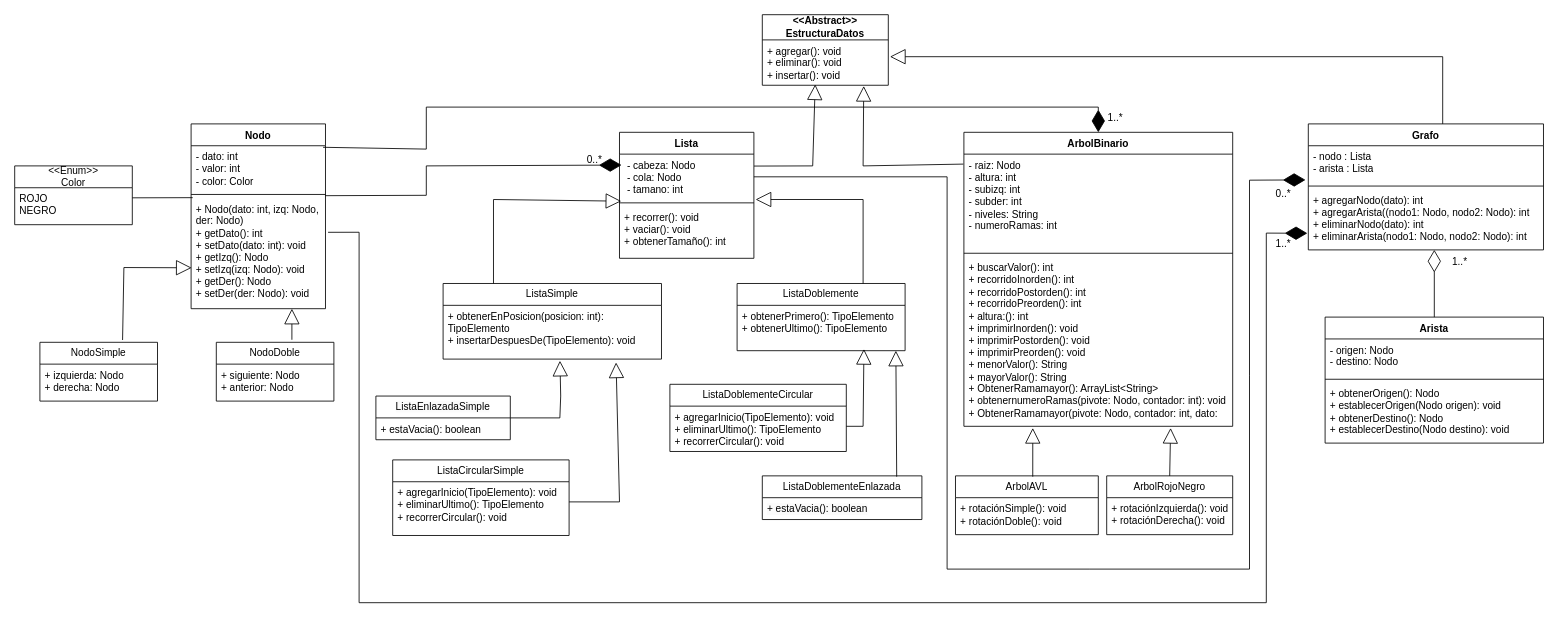
This is ACD - Estructuras de datos.drawio from Nikooll/ACD---Estructuras-de-datos, a draw.io file, before an edit. Source tidied: cells renumbered, new cells numbered last; positions are measured from the earlier drawing's top-left corner, leaving out a move shared by most shapes. Both pictures are drawn from the tidied source at 84%, with x=0, y=0 at pixel (14, 14).
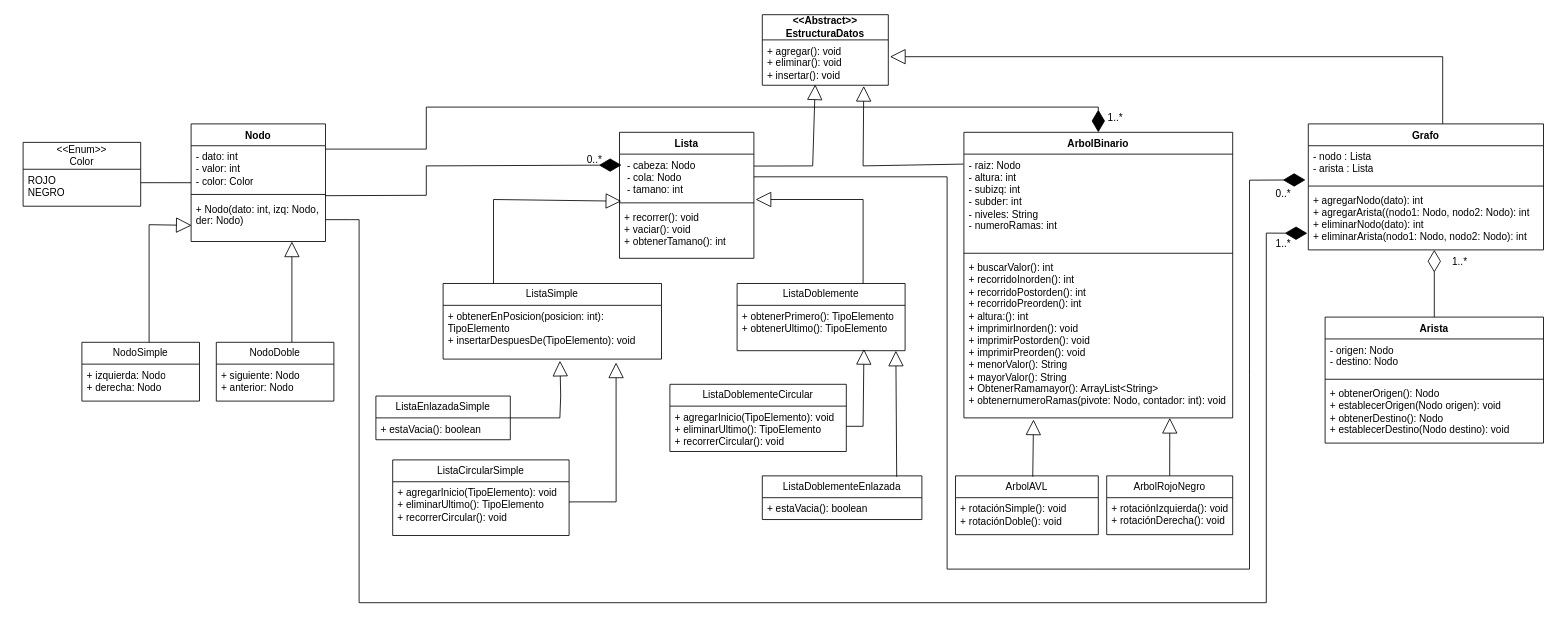
Above is the later version.

The change refers to these unchanged cells:
```xml
<mxCell id="8" value="Lista" style="swimlane;fontStyle=1;align=center;verticalAlign=top;horizontal=1;startSize=26;whiteSpace=wrap;html=1;" parent="1" vertex="1">
  <mxGeometry x="720" y="140" width="160" height="150" as="geometry" />
</mxCell>
<mxCell id="15" value="+ obtenerEnPosicion(posicion: int): TipoElemento&lt;br&gt;+ insertarDespuesDe(TipoElemento): void&amp;nbsp;&amp;nbsp; " style="text;strokeColor=none;fillColor=none;align=left;verticalAlign=top;spacingLeft=4;spacingRight=4;overflow=hidden;points=[[0,0.5],[1,0.5]];portConstraint=eastwest;whiteSpace=wrap;html=1;" parent="14" vertex="1">
  <mxGeometry y="26" width="260" height="64" as="geometry" />
</mxCell>
<mxCell id="21" value="+ agregarInicio(TipoElemento): void &lt;br&gt;+ eliminarUltimo(): TipoElemento &lt;br&gt;+ recorrerCircular(): void&amp;nbsp; " style="text;strokeColor=none;fillColor=none;align=left;verticalAlign=top;spacingLeft=4;spacingRight=4;overflow=hidden;points=[[0,0.5],[1,0.5]];portConstraint=eastwest;whiteSpace=wrap;html=1;" parent="20" vertex="1">
  <mxGeometry y="26" width="210" height="64" as="geometry" />
</mxCell>
<mxCell id="35" value="+ agregarNodo(dato): int&lt;br&gt;+ agregarArista((nodo1: Nodo, nodo2: Nodo): int&lt;br&gt;+ eliminarNodo(dato): int&lt;br&gt;+ eliminarArista(nodo1: Nodo, nodo2: Nodo): int" style="text;strokeColor=none;fillColor=none;align=left;verticalAlign=top;spacingLeft=4;spacingRight=4;overflow=hidden;points=[[0,0.5],[1,0.5]];portConstraint=eastwest;whiteSpace=wrap;html=1;" parent="32" vertex="1">
  <mxGeometry y="78" width="280" height="72" as="geometry" />
</mxCell>
<mxCell id="43" value="- dato: int &lt;br&gt;- valor: int&lt;br&gt;- color: Color&lt;div&gt;&lt;br/&gt;&lt;/div&gt;" style="text;strokeColor=none;fillColor=none;align=left;verticalAlign=top;spacingLeft=4;spacingRight=4;overflow=hidden;points=[[0,0.5],[1,0.5]];portConstraint=eastwest;whiteSpace=wrap;html=1;" parent="42" vertex="1">
  <mxGeometry y="26" width="160" height="54" as="geometry" />
</mxCell>
<mxCell id="44" style="line;strokeWidth=1;fillColor=none;align=left;verticalAlign=middle;spacingTop=-1;spacingLeft=3;spacingRight=3;labelPosition=right;points=[];portConstraint=eastwest;strokeColor=inherit;" parent="42" vertex="1">
  <mxGeometry y="80" width="160" height="8" as="geometry" />
</mxCell>
<mxCell id="64" value="ArbolAVL" style="swimlane;fontStyle=0;horizontal=1;startSize=26;fillColor=none;whiteSpace=wrap;html=1;" parent="1" vertex="1">
  <mxGeometry x="1120" y="549" width="170" height="70" as="geometry" />
</mxCell>
<mxCell id="66" value="ArbolRojoNegro" style="swimlane;fontStyle=0;horizontal=1;startSize=26;fillColor=none;whiteSpace=wrap;html=1;" parent="1" vertex="1">
  <mxGeometry x="1300" y="549" width="150" height="70" as="geometry" />
</mxCell>
```

What changed in the source:
```diff
@@
     <mxCell id="4" value="ArbolBinario" style="swimlane;fontStyle=1;align=center;verticalAlign=top;horizontal=1;startSize=26;whiteSpace=wrap;html=1;" parent="1" vertex="1">
-      <mxGeometry x="1130" y="140" width="320" height="350" as="geometry" />
+      <mxGeometry x="1130" y="140" width="320" height="340" as="geometry" />
     </mxCell>
@@
-    <mxCell id="7" value="+ buscarValor(): int&lt;br&gt;+ recorridoInorden(): int&lt;br&gt;+ recorridoPostorden(): int&lt;br&gt;+ recorridoPreorden(): int&lt;br&gt;+ altura:(): int&lt;br&gt;+ imprimirInorden(): void&lt;br&gt;+ imprimirPostorden(): void&lt;br&gt;+ imprimirPreorden(): void&lt;br&gt;&lt;div&gt;+ menorValor(): String&lt;br&gt;+ mayorValor(): String&lt;br&gt;+ ObtenerRamamayor(): ArrayList&amp;lt;String&amp;gt;&lt;br&gt;+ obtenernumeroRamas(pivote: Nodo, contador: int): void&lt;br&gt;+ ObtenerRamamayor(pivote: Nodo, contador: int, dato:&lt;br&gt;&lt;/div&gt;" style="text;strokeColor=none;fillColor=none;align=left;verticalAlign=top;spacingLeft=4;spacingRight=4;overflow=hidden;points=[[0,0.5],[1,0.5]];portConstraint=eastwest;whiteSpace=wrap;html=1;" parent="4" vertex="1">
-      <mxGeometry y="148" width="320" height="202" as="geometry" />
+    <mxCell id="7" value="+ buscarValor(): int&lt;br&gt;+ recorridoInorden(): int&lt;br&gt;+ recorridoPostorden(): int&lt;br&gt;+ recorridoPreorden(): int&lt;br&gt;+ altura:(): int&lt;br&gt;+ imprimirInorden(): void&lt;br&gt;+ imprimirPostorden(): void&lt;br&gt;+ imprimirPreorden(): void&lt;br&gt;&lt;div&gt;+ menorValor(): String&lt;br&gt;+ mayorValor(): String&lt;br&gt;+ ObtenerRamamayor(): ArrayList&amp;lt;String&amp;gt;&lt;br&gt;+ obtenernumeroRamas(pivote: Nodo, contador: int): void&lt;br&gt;&lt;br&gt;&lt;/div&gt;" style="text;strokeColor=none;fillColor=none;align=left;verticalAlign=top;spacingLeft=4;spacingRight=4;overflow=hidden;points=[[0,0.5],[1,0.5]];portConstraint=eastwest;whiteSpace=wrap;html=1;" parent="4" vertex="1">
+      <mxGeometry y="148" width="320" height="192" as="geometry" />
     </mxCell>
@@
-    <mxCell id="11" value="+ recorrer(): void&lt;br&gt;+ vaciar(): void&lt;br&gt;+ obtenerTamaño(): int" style="text;strokeColor=none;fillColor=none;align=left;verticalAlign=top;spacingLeft=4;spacingRight=4;overflow=hidden;whiteSpace=wrap;html=1;" parent="8" vertex="1">
+    <mxCell id="11" value="+ recorrer(): void&lt;br&gt;+ vaciar(): void&lt;br&gt;+ obtenerTamano(): int" style="text;strokeColor=none;fillColor=none;align=left;verticalAlign=top;spacingLeft=4;spacingRight=4;overflow=hidden;whiteSpace=wrap;html=1;" parent="8" vertex="1">
       <mxGeometry y="88" width="160" height="62" as="geometry" />
     </mxCell>
@@
     <mxCell id="25" style="endArrow=block;endSize=16;endFill=0;html=1;rounded=0;entryX=0.792;entryY=1.063;entryDx=0;entryDy=0;entryPerimeter=0;exitX=1;exitY=0.375;exitDx=0;exitDy=0;exitPerimeter=0;" parent="1" edge="1" source="21" target="15">
       <mxGeometry relative="1" as="geometry">
         <Array as="points">
-          <mxPoint x="720" y="580" />
+          <mxPoint x="716" y="580" />
         </Array>
       </mxGeometry>
     </mxCell>
@@
     <mxCell id="42" value="Nodo" style="swimlane;fontStyle=1;align=center;verticalAlign=top;horizontal=1;startSize=26;whiteSpace=wrap;html=1;" parent="1" vertex="1">
-      <mxGeometry x="210" y="130" width="160" height="220" as="geometry" />
+      <mxGeometry x="210" y="130" width="160" height="140" as="geometry" />
     </mxCell>
@@
-    <mxCell id="45" value="+ Nodo(dato: int, izq: Nodo, der: Nodo)&lt;br/&gt;+ getDato(): int&lt;br/&gt;+ setDato(dato: int): void&lt;br/&gt;+ getIzq(): Nodo&lt;br/&gt;+ setIzq(izq: Nodo): void&lt;br/&gt;+ getDer(): Nodo&lt;br/&gt;+ setDer(der: Nodo): void" style="text;strokeColor=none;fillColor=none;align=left;verticalAlign=top;spacingLeft=4;spacingRight=4;overflow=hidden;points=[[0,0.5],[1,0.5]];portConstraint=eastwest;whiteSpace=wrap;html=1;" parent="42" vertex="1">
-      <mxGeometry y="88" width="160" height="132" as="geometry" />
+    <mxCell id="45" value="+ Nodo(dato: int, izq: Nodo, der: Nodo)&lt;div&gt;&lt;br/&gt;&lt;/div&gt;" style="text;strokeColor=none;fillColor=none;align=left;verticalAlign=top;spacingLeft=4;spacingRight=4;overflow=hidden;points=[[0,0.5],[1,0.5]];portConstraint=eastwest;whiteSpace=wrap;html=1;" parent="42" vertex="1">
+      <mxGeometry y="88" width="160" height="52" as="geometry" />
     </mxCell>
-    <mxCell id="46" value="&lt;div&gt;&lt;span lang=&quot;es&quot; class=&quot;BxUVEf ILfuVd&quot;&gt;&lt;span class=&quot;hgKElc&quot;&gt;&amp;lt;&lt;/span&gt;&lt;/span&gt;&lt;span lang=&quot;es&quot; class=&quot;BxUVEf ILfuVd&quot;&gt;&lt;span class=&quot;hgKElc&quot;&gt;&amp;lt;Enum&lt;/span&gt;&lt;/span&gt;&lt;span lang=&quot;es&quot; class=&quot;BxUVEf ILfuVd&quot;&gt;&lt;span class=&quot;hgKElc&quot;&gt;&amp;gt;&lt;/span&gt;&lt;/span&gt;&lt;span lang=&quot;es&quot; class=&quot;BxUVEf ILfuVd&quot;&gt;&lt;span class=&quot;hgKElc&quot;&gt;&amp;gt;&lt;/span&gt;&lt;/span&gt;&lt;/div&gt;&lt;span lang=&quot;es&quot; class=&quot;BxUVEf ILfuVd&quot;&gt;&lt;span class=&quot;hgKElc&quot;&gt;Color&lt;/span&gt;&lt;/span&gt;" style="swimlane;fontStyle=0;horizontal=1;startSize=26;fillColor=none;whiteSpace=wrap;html=1;" parent="1" vertex="1">
-      <mxGeometry y="180" width="140" height="70" as="geometry" />
+    <mxCell id="46" value="&lt;div&gt;&lt;span lang=&quot;es&quot; class=&quot;BxUVEf ILfuVd&quot;&gt;&lt;span class=&quot;hgKElc&quot;&gt;&amp;lt;&lt;/span&gt;&lt;/span&gt;&lt;span lang=&quot;es&quot; class=&quot;BxUVEf ILfuVd&quot;&gt;&lt;span class=&quot;hgKElc&quot;&gt;&amp;lt;Enum&lt;/span&gt;&lt;/span&gt;&lt;span lang=&quot;es&quot; class=&quot;BxUVEf ILfuVd&quot;&gt;&lt;span class=&quot;hgKElc&quot;&gt;&amp;gt;&lt;/span&gt;&lt;/span&gt;&lt;span lang=&quot;es&quot; class=&quot;BxUVEf ILfuVd&quot;&gt;&lt;span class=&quot;hgKElc&quot;&gt;&amp;gt;&lt;/span&gt;&lt;/span&gt;&lt;/div&gt;&lt;span lang=&quot;es&quot; class=&quot;BxUVEf ILfuVd&quot;&gt;&lt;span class=&quot;hgKElc&quot;&gt;Color&lt;/span&gt;&lt;/span&gt;" style="swimlane;fontStyle=0;horizontal=1;startSize=32;fillColor=none;whiteSpace=wrap;html=1;" parent="1" vertex="1">
+      <mxGeometry x="10" y="152" width="140" height="76" as="geometry" />
     </mxCell>
     <mxCell id="47" value="&lt;div&gt;ROJO&lt;/div&gt;&lt;div&gt;NEGRO&lt;br&gt;&lt;/div&gt;" style="text;strokeColor=none;fillColor=none;align=left;verticalAlign=top;spacingLeft=4;spacingRight=4;overflow=hidden;whiteSpace=wrap;html=1;" parent="46" vertex="1">
-      <mxGeometry y="26" width="140" height="44" as="geometry" />
+      <mxGeometry y="32" width="140" height="44" as="geometry" />
     </mxCell>
-    <mxCell id="48" style="endArrow=none;html=1;rounded=0;entryX=0.012;entryY=0.978;entryDx=0;entryDy=0;entryPerimeter=0;" parent="1" edge="1" target="44">
+    <mxCell id="48" style="endArrow=none;html=1;rounded=0;entryX=0;entryY=0.815;entryDx=0;entryDy=0;entryPerimeter=0;" parent="1" edge="1" target="43">
       <mxGeometry relative="1" as="geometry">
-        <mxPoint x="140" y="218" as="sourcePoint" />
+        <mxPoint x="150" y="200" as="sourcePoint" />
       </mxGeometry>
     </mxCell>
@@
-    <mxCell id="50" style="endArrow=diamondThin;endFill=1;endSize=24;html=1;rounded=0;exitX=0.982;exitY=0.034;exitDx=0;exitDy=0;exitPerimeter=0;" parent="1" edge="1" source="43">
+    <mxCell id="50" style="endArrow=diamondThin;endFill=1;endSize=24;html=1;rounded=0;" parent="1" edge="1">
       <mxGeometry relative="1" as="geometry">
+        <mxPoint x="370" y="160" as="sourcePoint" />
         <mxPoint x="1290" y="140" as="targetPoint" />
         <Array as="points">
           <mxPoint x="490" y="160" />
           <mxPoint x="490" y="110" />
           <mxPoint x="1290" y="110" />
         </Array>
       </mxGeometry>
     </mxCell>
@@
     <mxCell id="53" value="NodoSimple" style="swimlane;fontStyle=0;horizontal=1;startSize=26;fillColor=none;whiteSpace=wrap;html=1;" parent="1" vertex="1">
-      <mxGeometry x="30" y="390" width="140" height="70" as="geometry" />
+      <mxGeometry x="80" y="390" width="140" height="70" as="geometry" />
     </mxCell>
@@
     <mxCell id="55" style="endArrow=block;endSize=16;endFill=0;html=1;rounded=0;entryX=0.75;entryY=1;entryDx=0;entryDy=0;" parent="1" edge="1" target="42">
       <mxGeometry relative="1" as="geometry">
-        <mxPoint x="330" y="387" as="sourcePoint" />
+        <mxPoint x="330" y="390" as="sourcePoint" />
       </mxGeometry>
     </mxCell>
-    <mxCell id="56" style="endArrow=block;endSize=16;endFill=0;html=1;rounded=0;exitX=0.703;exitY=-0.039;exitDx=0;exitDy=0;entryX=0.004;entryY=0.631;entryDx=0;entryDy=0;entryPerimeter=0;exitPerimeter=0;" parent="1" edge="1" source="53" target="45">
+    <mxCell id="56" style="endArrow=block;endSize=16;endFill=0;html=1;rounded=0;entryX=0.004;entryY=0.631;entryDx=0;entryDy=0;entryPerimeter=0;" parent="1" edge="1" target="45">
       <mxGeometry relative="1" as="geometry">
+        <mxPoint x="160" y="390" as="sourcePoint" />
         <Array as="points">
-          <mxPoint x="130" y="301" />
+          <mxPoint x="160" y="250" />
         </Array>
       </mxGeometry>
     </mxCell>
@@
-    <mxCell id="58" style="endArrow=diamondThin;endFill=1;endSize=24;html=1;rounded=0;exitX=1.019;exitY=0.311;exitDx=0;exitDy=0;exitPerimeter=0;entryX=-0.004;entryY=0.725;entryDx=0;entryDy=0;entryPerimeter=0;" parent="1" edge="1" source="45" target="35">
+    <mxCell id="58" style="endArrow=diamondThin;endFill=1;endSize=24;html=1;rounded=0;exitX=1;exitY=0.5;exitDx=0;exitDy=0;entryX=-0.004;entryY=0.725;entryDx=0;entryDy=0;entryPerimeter=0;" parent="1" edge="1" source="45" target="35">
       <mxGeometry relative="1" as="geometry">
         <Array as="points">
-          <mxPoint x="410" y="259" />
+          <mxPoint x="400" y="244" />
+          <mxPoint x="410" y="244" />
           <mxPoint x="410" y="700" />
           <mxPoint x="1490" y="700" />
           <mxPoint x="1490" y="260" />
         </Array>
       </mxGeometry>
     </mxCell>
@@
-    <mxCell id="68" style="endArrow=block;endSize=16;endFill=0;html=1;rounded=0;exitX=0.5;exitY=0;exitDx=0;exitDy=0;entryX=0.769;entryY=1.01;entryDx=0;entryDy=0;entryPerimeter=0;" parent="1" edge="1" source="66" target="7">
+    <mxCell id="68" style="endArrow=block;endSize=16;endFill=0;html=1;rounded=0;exitX=0.5;exitY=0;exitDx=0;exitDy=0;entryX=0.766;entryY=1;entryDx=0;entryDy=0;entryPerimeter=0;" parent="1" edge="1" source="66" target="7">
       <mxGeometry relative="1" as="geometry" />
     </mxCell>
-    <mxCell id="69" style="endArrow=block;endSize=16;endFill=0;html=1;rounded=0;exitX=0.541;exitY=0.014;exitDx=0;exitDy=0;exitPerimeter=0;" parent="1" edge="1" source="64">
-      <mxGeometry relative="1" as="geometry">
-        <mxPoint x="1212" y="492" as="targetPoint" />
-      </mxGeometry>
+    <mxCell id="69" style="endArrow=block;endSize=16;endFill=0;html=1;rounded=0;exitX=0.541;exitY=0.014;exitDx=0;exitDy=0;exitPerimeter=0;entryX=0.259;entryY=1.01;entryDx=0;entryDy=0;entryPerimeter=0;" parent="1" edge="1" source="64" target="7">
+      <mxGeometry relative="1" as="geometry" />
     </mxCell>
```
